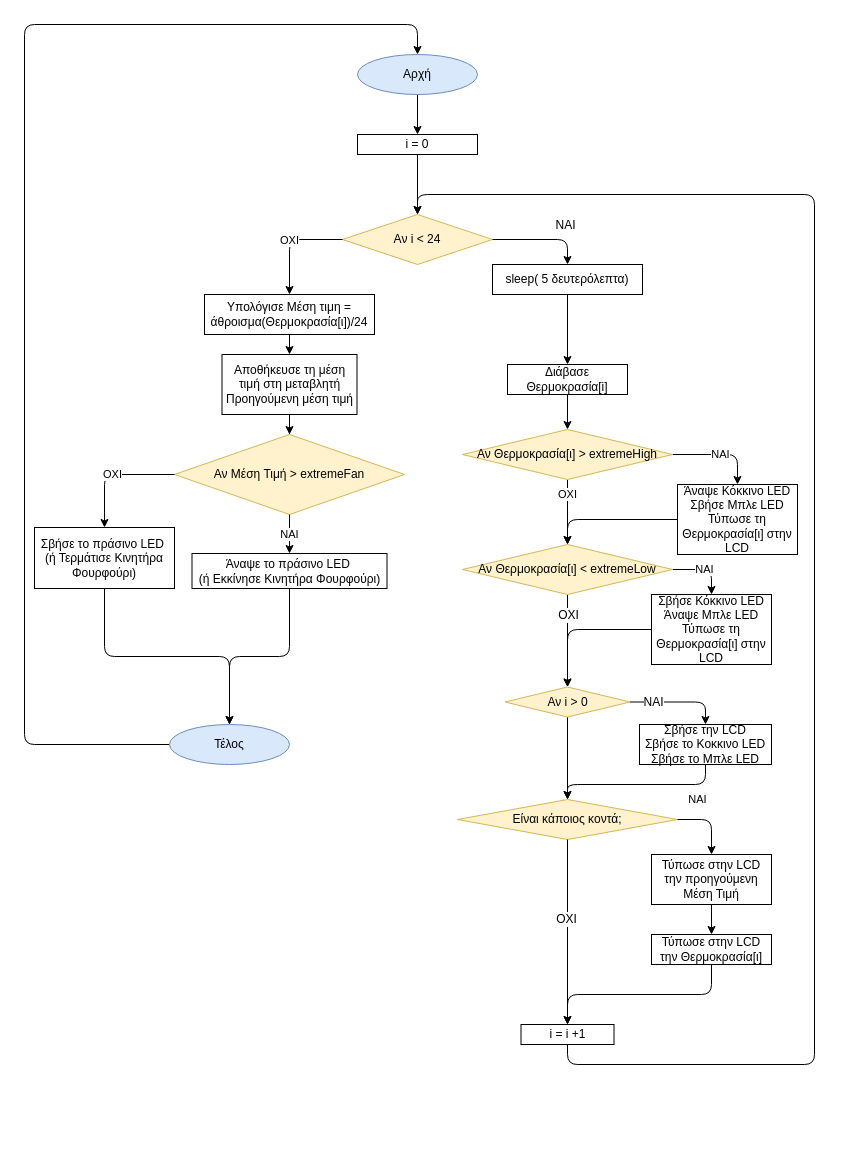
akdimitri/Microprocessors-and-Peripherals-Arduino-Project keeps this draw.io diagram as draw.io/Arduino.drawio. Above is the earlier version. Source tidied: cells renumbered, new cells numbered last; positions are measured from the earlier drawing's top-left corner, leaving out a move shared by most shapes. Both pictures are drawn from the tidied source at 100%, with x=0, y=0 at pixel (24, 24).
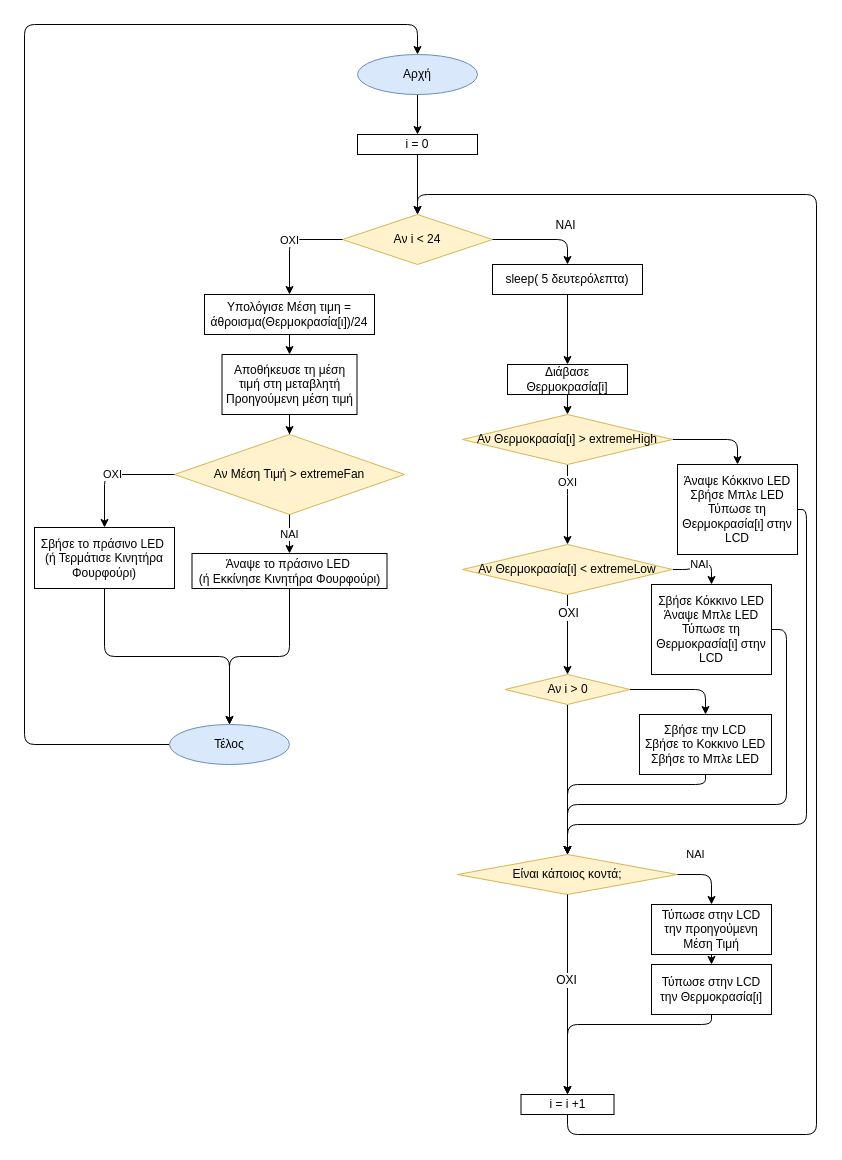
The same diagram, later.

Commit message (it also covers changes not shown here):
Arduino Draws Corrected

Unchanged cells that the change refers to:
```xml
<mxCell id="3" value="Αν i &amp;lt; 24" style="rhombus;whiteSpace=wrap;html=1;fillColor=#fff2cc;strokeColor=#d6b656;" parent="1" vertex="1">
  <mxGeometry x="318" y="190" width="150" height="50" as="geometry" />
</mxCell>
<mxCell id="45" value="Αν Θερμοκρασία[ι] &amp;lt; extremeLow" style="rhombus;whiteSpace=wrap;html=1;fillColor=#fff2cc;strokeColor=#d6b656;" parent="1" vertex="1">
  <mxGeometry x="438" y="520" width="210" height="50" as="geometry" />
</mxCell>
```

Change to the diagram source:
```diff
@@
     <mxCell id="12" value="Είναι κάποιος κοντά;" style="rhombus;whiteSpace=wrap;html=1;fillColor=#fff2cc;strokeColor=#d6b656;" parent="1" vertex="1">
-      <mxGeometry x="433" y="775" width="220" height="40" as="geometry" />
+      <mxGeometry x="433" y="830" width="220" height="40" as="geometry" />
     </mxCell>
     <mxCell id="13" value="Τύπωσε στην LCD την προηγούμενη Μέση Τιμή" style="rounded=0;whiteSpace=wrap;html=1;" parent="1" vertex="1">
-      <mxGeometry x="627" y="830" width="120" height="50" as="geometry" />
+      <mxGeometry x="627" y="880" width="120" height="50" as="geometry" />
     </mxCell>
     <mxCell id="14" value="ΝΑΙ" style="endArrow=classic;html=1;exitX=1;exitY=0.5;exitDx=0;exitDy=0;entryX=0.5;entryY=0;entryDx=0;entryDy=0;" parent="1" edge="1" source="12" target="13">
       <mxGeometry x="-0.13" y="10" relative="1" as="geometry">
         <Array as="points">
-          <mxPoint x="687" y="795" />
+          <mxPoint x="687" y="850" />
         </Array>
         <mxPoint x="-10" y="-10" as="offset" />
       </mxGeometry>
     </mxCell>
     <mxCell id="15" style="edgeStyle=orthogonalEdgeStyle;rounded=1;jettySize=auto;html=1;exitX=0.5;exitY=1;exitDx=0;exitDy=0;entryX=0.5;entryY=0;entryDx=0;entryDy=0;" parent="1" edge="1" source="16" target="21">
-      <mxGeometry relative="1" as="geometry" />
+      <mxGeometry relative="1" as="geometry">
+        <Array as="points">
+          <mxPoint x="687" y="1000" />
+          <mxPoint x="543" y="1000" />
+        </Array>
+      </mxGeometry>
     </mxCell>
     <mxCell id="16" value="&lt;span&gt;Τύπωσε στην LCD την Θερμοκρασία[ι]&lt;/span&gt;" style="rounded=0;whiteSpace=wrap;html=1;" parent="1" vertex="1">
-      <mxGeometry x="627" y="910" width="120" height="30" as="geometry" />
+      <mxGeometry x="627" y="940" width="120" height="50" as="geometry" />
     </mxCell>
@@
     <mxCell id="20" style="edgeStyle=orthogonalEdgeStyle;rounded=1;jettySize=auto;html=1;exitX=0.5;exitY=1;exitDx=0;exitDy=0;entryX=0.5;entryY=0;entryDx=0;entryDy=0;" parent="1" edge="1" source="21" target="3">
       <mxGeometry relative="1" as="geometry">
         <Array as="points">
-          <mxPoint x="543" y="1040" />
-          <mxPoint x="790" y="1040" />
-          <mxPoint x="790" y="170" />
+          <mxPoint x="543" y="1110" />
+          <mxPoint x="792" y="1110" />
+          <mxPoint x="792" y="170" />
           <mxPoint x="393" y="170" />
         </Array>
       </mxGeometry>
     </mxCell>
     <mxCell id="21" value="i = i +1" style="rounded=0;whiteSpace=wrap;html=1;" parent="1" vertex="1">
-      <mxGeometry x="496.5" y="1000" width="93" height="20" as="geometry" />
+      <mxGeometry x="496.5" y="1070" width="93" height="20" as="geometry" />
     </mxCell>
@@
+    <mxCell id="38" value="OXI" style="edgeStyle=orthogonalEdgeStyle;rounded=0;jettySize=auto;html=1;exitX=0.5;exitY=1;exitDx=0;exitDy=0;entryX=0.5;entryY=0;entryDx=0;entryDy=0;" parent="1" edge="1" source="39" target="45">
+      <mxGeometry x="-0.54" relative="1" as="geometry">
+        <Array as="points">
+          <mxPoint x="543" y="470" />
+          <mxPoint x="543" y="470" />
+        </Array>
+      </mxGeometry>
+    </mxCell>
-    <mxCell id="37" value="ΝΑΙ" style="edgeStyle=orthogonalEdgeStyle;rounded=1;jettySize=auto;html=1;exitX=1;exitY=0.5;exitDx=0;exitDy=0;" parent="1" edge="1" source="39" target="41">
+    <mxCell id="37" style="edgeStyle=orthogonalEdgeStyle;rounded=1;jettySize=auto;html=1;exitX=1;exitY=0.5;exitDx=0;exitDy=0;entryX=0.5;entryY=0;entryDx=0;entryDy=0;" parent="1" edge="1" source="39" target="41">
       <mxGeometry relative="1" as="geometry" />
     </mxCell>
-    <mxCell id="38" value="OXI" style="edgeStyle=orthogonalEdgeStyle;rounded=0;jettySize=auto;html=1;exitX=0.5;exitY=1;exitDx=0;exitDy=0;entryX=0.5;entryY=0;entryDx=0;entryDy=0;" parent="1" edge="1" source="39" target="45">
-      <mxGeometry x="-0.54" relative="1" as="geometry">
-        <Array as="points">
-          <mxPoint x="543" y="470" />
-          <mxPoint x="543" y="470" />
-        </Array>
-      </mxGeometry>
-    </mxCell>
     <mxCell id="39" value="Αν Θερμοκρασία[ι] &amp;gt; extremeHigh" style="rhombus;whiteSpace=wrap;html=1;fillColor=#fff2cc;strokeColor=#d6b656;" parent="1" vertex="1">
-      <mxGeometry x="438" y="405" width="210" height="50" as="geometry" />
+      <mxGeometry x="438" y="390" width="210" height="50" as="geometry" />
     </mxCell>
-    <mxCell id="40" style="edgeStyle=orthogonalEdgeStyle;rounded=1;jettySize=auto;html=1;exitX=0;exitY=0.5;exitDx=0;exitDy=0;entryX=0.5;entryY=0;entryDx=0;entryDy=0;" parent="1" edge="1" source="41" target="45">
-      <mxGeometry relative="1" as="geometry" />
-    </mxCell>
+    <mxCell id="56" style="edgeStyle=orthogonalEdgeStyle;rounded=1;jettySize=auto;html=1;exitX=1;exitY=0.5;exitDx=0;exitDy=0;" parent="1" edge="1" source="41" target="12">
+      <mxGeometry relative="1" as="geometry">
+        <Array as="points">
+          <mxPoint x="782" y="485" />
+          <mxPoint x="782" y="800" />
+          <mxPoint x="543" y="800" />
+        </Array>
+      </mxGeometry>
+    </mxCell>
     <mxCell id="41" value="Άναψε Κόκκινο LED&lt;br&gt;Σβήσε Μπλε LED&lt;br&gt;Τύπωσε τη Θερμοκρασία[ι] στην LCD&lt;br&gt;" style="rounded=0;whiteSpace=wrap;html=1;" parent="1" vertex="1">
-      <mxGeometry x="653" y="460" width="120" height="70" as="geometry" />
+      <mxGeometry x="653" y="440" width="120" height="90" as="geometry" />
     </mxCell>
@@
-    <mxCell id="46" style="edgeStyle=orthogonalEdgeStyle;rounded=1;jettySize=auto;html=1;exitX=0;exitY=0.5;exitDx=0;exitDy=0;entryX=0.5;entryY=0;entryDx=0;entryDy=0;" parent="1" edge="1" source="47" target="51">
-      <mxGeometry relative="1" as="geometry" />
-    </mxCell>
+    <mxCell id="57" style="edgeStyle=orthogonalEdgeStyle;rounded=1;jettySize=auto;html=1;exitX=1;exitY=0.5;exitDx=0;exitDy=0;" parent="1" edge="1" source="47" target="12">
+      <mxGeometry relative="1" as="geometry">
+        <Array as="points">
+          <mxPoint x="762" y="605" />
+          <mxPoint x="762" y="780" />
+          <mxPoint x="543" y="780" />
+        </Array>
+      </mxGeometry>
+    </mxCell>
     <mxCell id="47" value="Σβήσε Κόκκινο LED&lt;br&gt;Άναψε Μπλε LED&lt;br&gt;Τύπωσε τη Θερμοκρασία[ι] στην LCD&lt;br&gt;" style="rounded=0;whiteSpace=wrap;html=1;" parent="1" vertex="1">
-      <mxGeometry x="627" y="570" width="120" height="70" as="geometry" />
+      <mxGeometry x="627" y="560" width="120" height="90" as="geometry" />
     </mxCell>
+    <mxCell id="50" style="edgeStyle=orthogonalEdgeStyle;rounded=1;jettySize=auto;html=1;exitX=0.5;exitY=1;exitDx=0;exitDy=0;entryX=0.5;entryY=0;entryDx=0;entryDy=0;" parent="1" edge="1" source="51" target="12">
+      <mxGeometry relative="1" as="geometry" />
+    </mxCell>
-    <mxCell id="48" style="edgeStyle=orthogonalEdgeStyle;jettySize=auto;html=1;exitX=1;exitY=0.5;exitDx=0;exitDy=0;rounded=1;" parent="1" edge="1" source="51" target="53">
+    <mxCell id="48" style="edgeStyle=orthogonalEdgeStyle;rounded=1;jettySize=auto;html=1;exitX=1;exitY=0.5;exitDx=0;exitDy=0;" parent="1" edge="1" source="51" target="53">
       <mxGeometry relative="1" as="geometry" />
     </mxCell>
-    <mxCell id="49" value="NAI" style="text;html=1;align=center;verticalAlign=middle;labelBackgroundColor=#ffffff;" parent="48" vertex="1">
-      <mxGeometry x="-0.53" relative="1" as="geometry" />
-    </mxCell>
-    <mxCell id="50" style="edgeStyle=orthogonalEdgeStyle;rounded=1;jettySize=auto;html=1;exitX=0.5;exitY=1;exitDx=0;exitDy=0;entryX=0.5;entryY=0;entryDx=0;entryDy=0;" parent="1" edge="1" source="51" target="12">
-      <mxGeometry relative="1" as="geometry" />
-    </mxCell>
     <mxCell id="51" value="Αν i &amp;gt; 0" style="rhombus;whiteSpace=wrap;html=1;fillColor=#fff2cc;strokeColor=#d6b656;" parent="1" vertex="1">
-      <mxGeometry x="480.5" y="662.5" width="125" height="30" as="geometry" />
+      <mxGeometry x="480.5" y="650" width="125" height="30" as="geometry" />
     </mxCell>
@@
     <mxCell id="53" value="Σβήσε την LCD&lt;br&gt;Σβήσε το Κοκκινο LED&lt;br&gt;Σβήσε το Μπλε LED&lt;br&gt;" style="rounded=0;whiteSpace=wrap;html=1;" parent="1" vertex="1">
-      <mxGeometry x="615" y="700" width="132" height="40" as="geometry" />
+      <mxGeometry x="615" y="690" width="132" height="60" as="geometry" />
     </mxCell>
```
